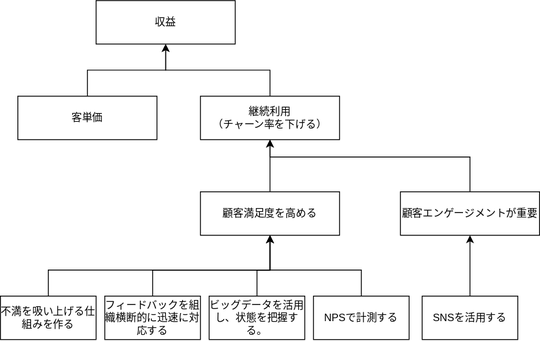
The draw.io diagram marketing/subscriptions/assets/subscription-key-point.drawio.svg in szkrkr/notebook, before a commit. Source tidied: cells renumbered, new cells last; positions are measured from the earlier drawing's top-left corner, leaving out a move shared by most shapes.
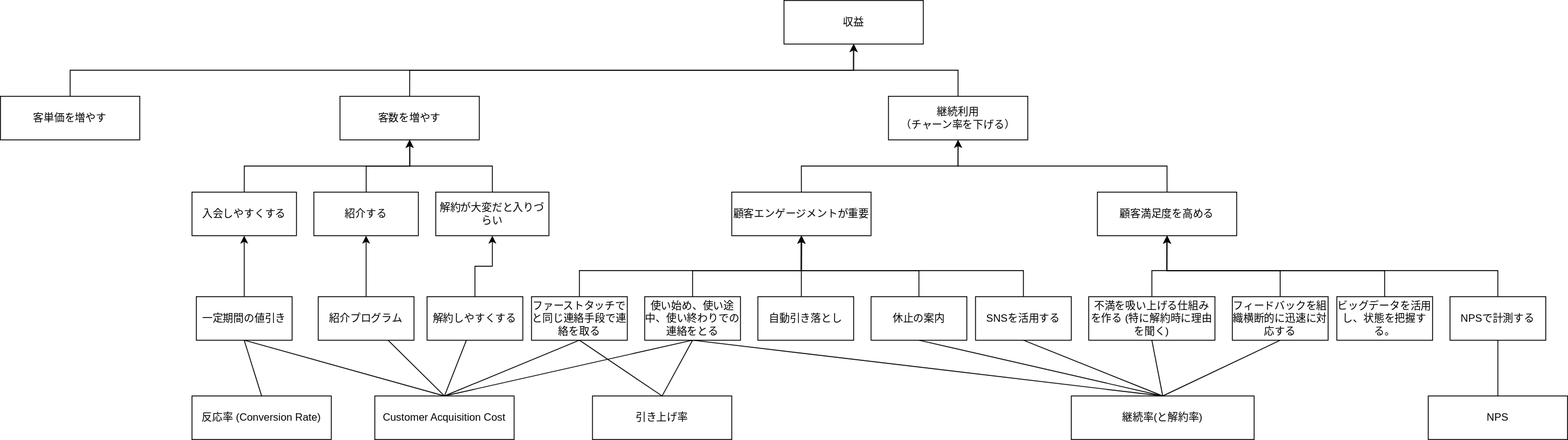
The same file after the commit.

Commit message:
update subscription page

Change to the diagram source:
```diff
@@ -8,81 +8,227 @@
     <mxCell id="3" value="継続利用&lt;br&gt;（チャーン率を下げる）" style="rounded=0;whiteSpace=wrap;html=1;" parent="1" vertex="1">
       <mxGeometry x="230" y="110" width="160" height="50" as="geometry" />
     </mxCell>
-    <mxCell id="4" style="edgeStyle=orthogonalEdgeStyle;rounded=0;jettySize=auto;html=1;" parent="1" edge="1" source="5" target="3">
+    <mxCell id="4" style="edgeStyle=orthogonalEdgeStyle;rounded=0;jettySize=auto;html=1;exitX=0.5;exitY=0;exitDx=0;exitDy=0;" parent="1" edge="1" source="5" target="3">
       <mxGeometry relative="1" as="geometry" />
     </mxCell>
     <mxCell id="5" value="顧客満足度を高める" style="rounded=0;whiteSpace=wrap;html=1;" parent="1" vertex="1">
-      <mxGeometry x="230" y="220" width="160" height="50" as="geometry" />
+      <mxGeometry x="470" y="220" width="160" height="50" as="geometry" />
     </mxCell>
-    <mxCell id="6" style="edgeStyle=orthogonalEdgeStyle;rounded=0;jettySize=auto;html=1;entryX=0.5;entryY=1;entryDx=0;entryDy=0;" parent="1" edge="1" source="7" target="3">
-      <mxGeometry relative="1" as="geometry">
-        <Array as="points">
-          <mxPoint x="540" y="180" />
-          <mxPoint x="310" y="180" />
-        </Array>
-      </mxGeometry>
+    <mxCell id="6" style="edgeStyle=orthogonalEdgeStyle;rounded=0;jettySize=auto;html=1;entryX=0.5;entryY=1;entryDx=0;entryDy=0;exitX=0.5;exitY=0;exitDx=0;exitDy=0;" parent="1" edge="1" source="7" target="3">
+      <mxGeometry relative="1" as="geometry" />
     </mxCell>
     <mxCell id="7" value="顧客エンゲージメントが重要" style="rounded=0;whiteSpace=wrap;html=1;" parent="1" vertex="1">
-      <mxGeometry x="460" y="220" width="160" height="50" as="geometry" />
+      <mxGeometry x="50" y="220" width="160" height="50" as="geometry" />
     </mxCell>
     <mxCell id="8" style="edgeStyle=orthogonalEdgeStyle;rounded=0;jettySize=auto;html=1;" parent="1" edge="1" source="9" target="5">
       <mxGeometry relative="1" as="geometry">
         <Array as="points">
-          <mxPoint x="415" y="310" />
-          <mxPoint x="310" y="310" />
+          <mxPoint x="930" y="310" />
+          <mxPoint x="550" y="310" />
         </Array>
       </mxGeometry>
     </mxCell>
+    <mxCell id="21" style="edgeStyle=none;rounded=0;jettySize=auto;html=1;entryX=0.5;entryY=0;entryDx=0;entryDy=0;endArrow=none;endFill=0;" parent="1" edge="1" source="9" target="52">
+      <mxGeometry relative="1" as="geometry" />
+    </mxCell>
     <mxCell id="9" value="NPSで計測する" style="rounded=0;whiteSpace=wrap;html=1;" parent="1" vertex="1">
-      <mxGeometry x="360" y="340" width="110" height="50" as="geometry" />
+      <mxGeometry x="875" y="340" width="110" height="50" as="geometry" />
     </mxCell>
     <mxCell id="10" style="edgeStyle=orthogonalEdgeStyle;rounded=0;jettySize=auto;html=1;entryX=0.5;entryY=1;entryDx=0;entryDy=0;" parent="1" edge="1" source="11" target="5">
       <mxGeometry relative="1" as="geometry">
         <Array as="points">
-          <mxPoint x="55" y="310" />
-          <mxPoint x="310" y="310" />
+          <mxPoint x="533" y="310" />
+          <mxPoint x="550" y="310" />
         </Array>
       </mxGeometry>
     </mxCell>
+    <mxCell id="22" style="edgeStyle=none;rounded=0;jettySize=auto;html=1;exitX=0.5;exitY=1;exitDx=0;exitDy=0;entryX=0.5;entryY=0;entryDx=0;entryDy=0;endArrow=none;endFill=0;" parent="1" edge="1" source="11" target="29">
+      <mxGeometry relative="1" as="geometry" />
+    </mxCell>
-    <mxCell id="11" value="不満を吸い上げる仕組みを作る" style="rounded=0;whiteSpace=wrap;html=1;" parent="1" vertex="1">
-      <mxGeometry y="340" width="110" height="50" as="geometry" />
+    <mxCell id="11" value="不満を吸い上げる仕組みを作る (特に解約時に理由を聞く)" style="rounded=0;whiteSpace=wrap;html=1;" parent="1" vertex="1">
+      <mxGeometry x="460" y="340" width="145" height="50" as="geometry" />
     </mxCell>
     <mxCell id="12" style="edgeStyle=orthogonalEdgeStyle;rounded=0;jettySize=auto;html=1;entryX=0.5;entryY=1;entryDx=0;entryDy=0;" parent="1" edge="1" source="13" target="7">
-      <mxGeometry relative="1" as="geometry" />
+      <mxGeometry relative="1" as="geometry">
+        <Array as="points">
+          <mxPoint x="385" y="310" />
+          <mxPoint x="130" y="310" />
+        </Array>
+      </mxGeometry>
     </mxCell>
+    <mxCell id="23" style="edgeStyle=none;rounded=0;jettySize=auto;html=1;entryX=0.5;entryY=0;entryDx=0;entryDy=0;endArrow=none;endFill=0;exitX=0.5;exitY=1;exitDx=0;exitDy=0;" parent="1" edge="1" source="13" target="29">
+      <mxGeometry relative="1" as="geometry" />
+    </mxCell>
     <mxCell id="13" value="SNSを活用する" style="rounded=0;whiteSpace=wrap;html=1;" parent="1" vertex="1">
-      <mxGeometry x="485" y="340" width="110" height="50" as="geometry" />
+      <mxGeometry x="330" y="340" width="110" height="50" as="geometry" />
     </mxCell>
     <mxCell id="14" style="edgeStyle=orthogonalEdgeStyle;rounded=0;jettySize=auto;html=1;entryX=0.5;entryY=1;entryDx=0;entryDy=0;" parent="1" edge="1" source="15" target="5">
       <mxGeometry relative="1" as="geometry">
         <Array as="points">
-          <mxPoint x="295" y="310" />
-          <mxPoint x="310" y="310" />
+          <mxPoint x="800" y="310" />
+          <mxPoint x="550" y="310" />
         </Array>
       </mxGeometry>
     </mxCell>
     <mxCell id="15" value="ビッグデータを活用し、状態を把握する。" style="rounded=0;whiteSpace=wrap;html=1;" parent="1" vertex="1">
-      <mxGeometry x="240" y="340" width="110" height="50" as="geometry" />
+      <mxGeometry x="745" y="340" width="110" height="50" as="geometry" />
     </mxCell>
     <mxCell id="16" style="edgeStyle=orthogonalEdgeStyle;rounded=0;jettySize=auto;html=1;entryX=0.5;entryY=1;entryDx=0;entryDy=0;" parent="1" edge="1" source="17" target="5">
       <mxGeometry relative="1" as="geometry">
         <Array as="points">
-          <mxPoint x="175" y="310" />
-          <mxPoint x="310" y="310" />
+          <mxPoint x="680" y="310" />
+          <mxPoint x="550" y="310" />
         </Array>
       </mxGeometry>
     </mxCell>
+    <mxCell id="24" style="edgeStyle=none;rounded=0;jettySize=auto;html=1;exitX=0.5;exitY=1;exitDx=0;exitDy=0;entryX=0.5;entryY=0;entryDx=0;entryDy=0;endArrow=none;endFill=0;" parent="1" edge="1" source="17" target="29">
+      <mxGeometry relative="1" as="geometry" />
+    </mxCell>
     <mxCell id="17" value="フィードバックを組織横断的に迅速に対応する" style="rounded=0;whiteSpace=wrap;html=1;" parent="1" vertex="1">
-      <mxGeometry x="120" y="340" width="110" height="50" as="geometry" />
+      <mxGeometry x="625" y="340" width="110" height="50" as="geometry" />
     </mxCell>
     <mxCell id="18" value="収益" style="rounded=0;whiteSpace=wrap;html=1;" parent="1" vertex="1">
       <mxGeometry x="110" width="160" height="50" as="geometry" />
     </mxCell>
-    <mxCell id="19" style="edgeStyle=orthogonalEdgeStyle;rounded=0;jettySize=auto;html=1;entryX=0.5;entryY=1;entryDx=0;entryDy=0;" parent="1" edge="1" source="20" target="18">
+    <mxCell id="19" style="edgeStyle=orthogonalEdgeStyle;rounded=0;jettySize=auto;html=1;entryX=0.5;entryY=1;entryDx=0;entryDy=0;exitX=0.5;exitY=0;exitDx=0;exitDy=0;" parent="1" edge="1" source="20" target="18">
       <mxGeometry relative="1" as="geometry" />
     </mxCell>
-    <mxCell id="20" value="客単価" style="rounded=0;whiteSpace=wrap;html=1;" parent="1" vertex="1">
-      <mxGeometry x="20" y="110" width="160" height="50" as="geometry" />
+    <mxCell id="20" value="客単価を増やす" style="rounded=0;whiteSpace=wrap;html=1;" parent="1" vertex="1">
+      <mxGeometry x="-790" y="110" width="160" height="50" as="geometry" />
     </mxCell>
+    <mxCell id="25" style="edgeStyle=orthogonalEdgeStyle;rounded=0;jettySize=auto;html=1;entryX=0.5;entryY=1;entryDx=0;entryDy=0;exitX=0.5;exitY=0;exitDx=0;exitDy=0;" parent="1" edge="1" source="26" target="18">
+      <mxGeometry relative="1" as="geometry" />
+    </mxCell>
+    <mxCell id="26" value="客数を増やす" style="rounded=0;whiteSpace=wrap;html=1;" parent="1" vertex="1">
+      <mxGeometry x="-400" y="110" width="160" height="50" as="geometry" />
+    </mxCell>
+    <mxCell id="27" value="反応率 (Conversion Rate)" style="rounded=0;whiteSpace=wrap;html=1;" parent="1" vertex="1">
+      <mxGeometry x="-570" y="454" width="160" height="50" as="geometry" />
+    </mxCell>
+    <mxCell id="28" value="引き上げ率" style="rounded=0;whiteSpace=wrap;html=1;" parent="1" vertex="1">
+      <mxGeometry x="-110" y="454" width="160" height="50" as="geometry" />
+    </mxCell>
+    <mxCell id="29" value="継続率(と解約率)" style="rounded=0;whiteSpace=wrap;html=1;" parent="1" vertex="1">
+      <mxGeometry x="440" y="454" width="210" height="50" as="geometry" />
+    </mxCell>
+    <mxCell id="30" style="edgeStyle=orthogonalEdgeStyle;rounded=0;jettySize=auto;html=1;entryX=0.5;entryY=1;entryDx=0;entryDy=0;exitX=0.5;exitY=0;exitDx=0;exitDy=0;" parent="1" edge="1" source="33" target="7">
+      <mxGeometry relative="1" as="geometry">
+        <Array as="points">
+          <mxPoint x="-125" y="310" />
+          <mxPoint x="130" y="310" />
+        </Array>
+      </mxGeometry>
+    </mxCell>
+    <mxCell id="31" style="edgeStyle=none;rounded=0;jettySize=auto;html=1;endArrow=none;endFill=0;entryX=0.5;entryY=0;entryDx=0;entryDy=0;exitX=0.5;exitY=1;exitDx=0;exitDy=0;" parent="1" edge="1" source="33" target="28">
+      <mxGeometry relative="1" as="geometry" />
+    </mxCell>
+    <mxCell id="32" style="edgeStyle=none;rounded=0;jettySize=auto;html=1;entryX=0.5;entryY=0;entryDx=0;entryDy=0;endArrow=none;endFill=0;exitX=0.5;exitY=1;exitDx=0;exitDy=0;" parent="1" edge="1" source="33" target="53">
+      <mxGeometry relative="1" as="geometry" />
+    </mxCell>
+    <mxCell id="33" value="ファーストタッチでと同じ連絡手段で連絡を取る" style="rounded=0;whiteSpace=wrap;html=1;" parent="1" vertex="1">
+      <mxGeometry x="-180" y="340" width="110" height="50" as="geometry" />
+    </mxCell>
+    <mxCell id="34" style="edgeStyle=orthogonalEdgeStyle;rounded=0;jettySize=auto;html=1;exitX=0.5;exitY=0;exitDx=0;exitDy=0;" parent="1" edge="1" source="38">
+      <mxGeometry relative="1" as="geometry">
+        <mxPoint x="130" y="270" as="targetPoint" />
+        <Array as="points">
+          <mxPoint x="5" y="310" />
+          <mxPoint x="130" y="310" />
+        </Array>
+      </mxGeometry>
+    </mxCell>
+    <mxCell id="35" style="edgeStyle=none;rounded=0;jettySize=auto;html=1;entryX=0.5;entryY=0;entryDx=0;entryDy=0;endArrow=none;endFill=0;exitX=0.5;exitY=1;exitDx=0;exitDy=0;" parent="1" edge="1" source="38" target="28">
+      <mxGeometry relative="1" as="geometry" />
+    </mxCell>
+    <mxCell id="36" style="edgeStyle=none;rounded=0;jettySize=auto;html=1;entryX=0.5;entryY=0;entryDx=0;entryDy=0;endArrow=none;endFill=0;exitX=0.5;exitY=1;exitDx=0;exitDy=0;" parent="1" edge="1" source="38" target="29">
+      <mxGeometry relative="1" as="geometry" />
+    </mxCell>
+    <mxCell id="37" style="edgeStyle=none;rounded=0;jettySize=auto;html=1;entryX=0.5;entryY=0;entryDx=0;entryDy=0;endArrow=none;endFill=0;exitX=0.5;exitY=1;exitDx=0;exitDy=0;" parent="1" edge="1" source="38" target="53">
+      <mxGeometry relative="1" as="geometry" />
+    </mxCell>
+    <mxCell id="38" value="使い始め、使い途中、使い終わりでの連絡をとる" style="rounded=0;whiteSpace=wrap;html=1;" parent="1" vertex="1">
+      <mxGeometry x="-50" y="340" width="110" height="50" as="geometry" />
+    </mxCell>
+    <mxCell id="39" style="edgeStyle=orthogonalEdgeStyle;rounded=0;jettySize=auto;html=1;entryX=0.5;entryY=1;entryDx=0;entryDy=0;exitX=0.5;exitY=0;exitDx=0;exitDy=0;" parent="1" edge="1" source="40" target="26">
+      <mxGeometry relative="1" as="geometry" />
+    </mxCell>
+    <mxCell id="40" value="入会しやすくする" style="rounded=0;whiteSpace=wrap;html=1;" parent="1" vertex="1">
+      <mxGeometry x="-570" y="220" width="120" height="50" as="geometry" />
+    </mxCell>
+    <mxCell id="41" style="edgeStyle=orthogonalEdgeStyle;rounded=0;jettySize=auto;html=1;entryX=0.5;entryY=1;entryDx=0;entryDy=0;" parent="1" edge="1" source="42" target="26">
+      <mxGeometry relative="1" as="geometry" />
+    </mxCell>
+    <mxCell id="42" value="紹介する" style="rounded=0;whiteSpace=wrap;html=1;" parent="1" vertex="1">
+      <mxGeometry x="-430" y="220" width="120" height="50" as="geometry" />
+    </mxCell>
+    <mxCell id="43" style="edgeStyle=orthogonalEdgeStyle;rounded=0;jettySize=auto;html=1;entryX=0.5;entryY=1;entryDx=0;entryDy=0;" parent="1" edge="1" source="44" target="26">
+      <mxGeometry relative="1" as="geometry" />
+    </mxCell>
+    <mxCell id="44" value="解約が大変だと入りづらい" style="rounded=0;whiteSpace=wrap;html=1;" parent="1" vertex="1">
+      <mxGeometry x="-290" y="220" width="130" height="50" as="geometry" />
+    </mxCell>
+    <mxCell id="45" style="edgeStyle=orthogonalEdgeStyle;rounded=0;jettySize=auto;html=1;entryX=0.5;entryY=1;entryDx=0;entryDy=0;" parent="1" edge="1" source="48" target="40">
+      <mxGeometry relative="1" as="geometry" />
+    </mxCell>
+    <mxCell id="46" style="edgeStyle=none;rounded=0;jettySize=auto;html=1;entryX=0.5;entryY=0;entryDx=0;entryDy=0;endArrow=none;endFill=0;exitX=0.5;exitY=1;exitDx=0;exitDy=0;" parent="1" edge="1" source="48" target="27">
+      <mxGeometry relative="1" as="geometry" />
+    </mxCell>
+    <mxCell id="47" style="edgeStyle=none;rounded=0;jettySize=auto;html=1;entryX=0.5;entryY=0;entryDx=0;entryDy=0;endArrow=none;endFill=0;exitX=0.5;exitY=1;exitDx=0;exitDy=0;" parent="1" edge="1" source="48" target="53">
+      <mxGeometry relative="1" as="geometry" />
+    </mxCell>
+    <mxCell id="48" value="一定期間の値引き" style="rounded=0;whiteSpace=wrap;html=1;" parent="1" vertex="1">
+      <mxGeometry x="-565" y="340" width="110" height="50" as="geometry" />
+    </mxCell>
+    <mxCell id="49" style="edgeStyle=orthogonalEdgeStyle;rounded=0;jettySize=auto;html=1;entryX=0.5;entryY=1;entryDx=0;entryDy=0;" parent="1" edge="1" source="51" target="42">
+      <mxGeometry relative="1" as="geometry" />
+    </mxCell>
+    <mxCell id="50" style="edgeStyle=none;rounded=0;jettySize=auto;html=1;entryX=0.5;entryY=0;entryDx=0;entryDy=0;endArrow=none;endFill=0;" parent="1" edge="1" source="51" target="53">
+      <mxGeometry relative="1" as="geometry" />
+    </mxCell>
+    <mxCell id="51" value="紹介プログラム" style="rounded=0;whiteSpace=wrap;html=1;" parent="1" vertex="1">
+      <mxGeometry x="-425" y="340" width="110" height="50" as="geometry" />
+    </mxCell>
+    <mxCell id="52" value="NPS" style="rounded=0;whiteSpace=wrap;html=1;" parent="1" vertex="1">
+      <mxGeometry x="850" y="454" width="160" height="50" as="geometry" />
+    </mxCell>
+    <mxCell id="53" value="Customer Acquisition Cost" style="rounded=0;whiteSpace=wrap;html=1;" parent="1" vertex="1">
+      <mxGeometry x="-360" y="454" width="160" height="50" as="geometry" />
+    </mxCell>
+    <mxCell id="54" style="edgeStyle=none;rounded=0;jettySize=auto;html=1;entryX=0.5;entryY=0;entryDx=0;entryDy=0;endArrow=none;endFill=0;" parent="1" edge="1" source="56" target="53">
+      <mxGeometry relative="1" as="geometry" />
+    </mxCell>
+    <mxCell id="55" style="edgeStyle=orthogonalEdgeStyle;rounded=0;jettySize=auto;html=1;entryX=0.5;entryY=1;entryDx=0;entryDy=0;endArrow=classic;endFill=1;" parent="1" edge="1" source="56" target="44">
+      <mxGeometry relative="1" as="geometry" />
+    </mxCell>
+    <mxCell id="56" value="解約しやすくする" style="rounded=0;whiteSpace=wrap;html=1;" parent="1" vertex="1">
+      <mxGeometry x="-300" y="340" width="110" height="50" as="geometry" />
+    </mxCell>
+    <mxCell id="57" style="edgeStyle=none;rounded=0;jettySize=auto;html=1;entryX=0.5;entryY=0;entryDx=0;entryDy=0;endArrow=none;endFill=0;exitX=0.5;exitY=1;exitDx=0;exitDy=0;" parent="1" edge="1" source="58" target="29">
+      <mxGeometry relative="1" as="geometry" />
+    </mxCell>
+    <mxCell id="58" value="休止の案内" style="rounded=0;whiteSpace=wrap;html=1;" parent="1" vertex="1">
+      <mxGeometry x="210" y="340" width="110" height="50" as="geometry" />
+    </mxCell>
+    <mxCell id="59" value="自動引き落とし" style="rounded=0;whiteSpace=wrap;html=1;" parent="1" vertex="1">
+      <mxGeometry x="80" y="340" width="110" height="50" as="geometry" />
+    </mxCell>
+    <mxCell id="60" style="edgeStyle=orthogonalEdgeStyle;rounded=0;jettySize=auto;html=1;" parent="1" edge="1" source="59">
+      <mxGeometry relative="1" as="geometry">
+        <mxPoint x="130" y="270" as="targetPoint" />
+        <Array as="points">
+          <mxPoint x="130" y="300" />
+          <mxPoint x="130" y="300" />
+        </Array>
+      </mxGeometry>
+    </mxCell>
+    <mxCell id="61" style="edgeStyle=orthogonalEdgeStyle;rounded=0;jettySize=auto;html=1;exitX=0.5;exitY=0;exitDx=0;exitDy=0;" parent="1" edge="1" source="58">
+      <mxGeometry relative="1" as="geometry">
+        <mxPoint x="130" y="270" as="targetPoint" />
+        <Array as="points">
+          <mxPoint x="265" y="310" />
+          <mxPoint x="130" y="310" />
+        </Array>
+      </mxGeometry>
+    </mxCell>
   </root>
 </mxGraphModel>
```
